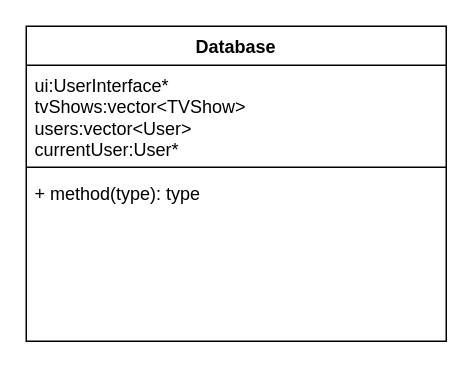
The draw.io diagram Classes.drawio in ThomasCharester/Order16, before the edit. Source tidied: cells renumbered, new cells numbered last; positions are measured from the earlier drawing's top-left corner, leaving out a move shared by most shapes. Both pictures are drawn from the tidied source at 150%, with x=0, y=0 at pixel (26, 26).
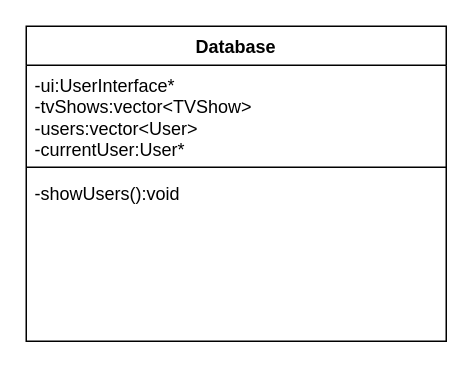
Above is the later version.

The edit, as a diff of the source:
```diff
@@
 <mxGraphModel>
   <root>
     <mxCell id="0" />
     <mxCell id="1" parent="0" />
     <mxCell id="2" value="Database" style="swimlane;fontStyle=1;align=center;verticalAlign=top;horizontal=1;startSize=26;whiteSpace=wrap;html=1;" parent="1" vertex="1">
       <mxGeometry width="280" height="210" as="geometry" />
     </mxCell>
-    <mxCell id="3" value="&lt;div&gt;&lt;span style=&quot;white-space: normal;&quot;&gt;ui:&lt;/span&gt;&lt;span style=&quot;background-color: initial;&quot;&gt;UserInterface*&lt;/span&gt;&lt;span style=&quot;background-color: initial;&quot;&gt;&amp;nbsp;&lt;/span&gt;&lt;/div&gt;&lt;div&gt;&lt;span style=&quot;white-space: normal;&quot;&gt;tvShows:&lt;/span&gt;&lt;span style=&quot;background-color: initial;&quot;&gt;vector&amp;lt;TVShow&amp;gt;&lt;/span&gt;&lt;span style=&quot;background-color: initial;&quot;&gt;&amp;nbsp;&lt;/span&gt;&lt;/div&gt;&lt;div&gt;&lt;span style=&quot;white-space: normal;&quot;&gt;users:&lt;/span&gt;&lt;span style=&quot;background-color: initial;&quot;&gt;vector&amp;lt;User&amp;gt;&lt;/span&gt;&lt;span style=&quot;background-color: initial;&quot;&gt;&amp;nbsp;&lt;/span&gt;&lt;/div&gt;&lt;div&gt;&lt;span style=&quot;background-color: initial;&quot;&gt;currentUser:&lt;/span&gt;&lt;span style=&quot;background-color: initial;&quot;&gt;User*&lt;/span&gt;&lt;span style=&quot;background-color: initial;&quot;&gt;&amp;nbsp;&lt;/span&gt;&lt;br&gt;&lt;/div&gt;" style="text;strokeColor=none;fillColor=none;align=left;verticalAlign=top;spacingLeft=4;spacingRight=4;overflow=hidden;whiteSpace=wrap;html=1;" parent="2" vertex="1">
+    <mxCell id="3" value="&lt;div&gt;&lt;span style=&quot;white-space: normal;&quot;&gt;-ui:&lt;/span&gt;&lt;span style=&quot;background-color: initial;&quot;&gt;UserInterface*&lt;/span&gt;&lt;span style=&quot;background-color: initial;&quot;&gt;&amp;nbsp;&lt;/span&gt;&lt;/div&gt;&lt;div&gt;&lt;span style=&quot;white-space: normal;&quot;&gt;-tvShows:&lt;/span&gt;&lt;span style=&quot;background-color: initial;&quot;&gt;vector&amp;lt;TVShow&amp;gt;&lt;/span&gt;&lt;span style=&quot;background-color: initial;&quot;&gt;&amp;nbsp;&lt;/span&gt;&lt;/div&gt;&lt;div&gt;&lt;span style=&quot;white-space: normal;&quot;&gt;-users:&lt;/span&gt;&lt;span style=&quot;background-color: initial;&quot;&gt;vector&amp;lt;User&amp;gt;&lt;/span&gt;&lt;span style=&quot;background-color: initial;&quot;&gt;&amp;nbsp;&lt;/span&gt;&lt;/div&gt;&lt;div&gt;&lt;span style=&quot;background-color: initial;&quot;&gt;-currentUser:&lt;/span&gt;&lt;span style=&quot;background-color: initial;&quot;&gt;User*&lt;/span&gt;&lt;span style=&quot;background-color: initial;&quot;&gt;&amp;nbsp;&lt;/span&gt;&lt;br&gt;&lt;/div&gt;" style="text;strokeColor=none;fillColor=none;align=left;verticalAlign=top;spacingLeft=4;spacingRight=4;overflow=hidden;whiteSpace=wrap;html=1;" parent="2" vertex="1">
       <mxGeometry y="26" width="280" height="64" as="geometry" />
     </mxCell>
     <mxCell id="4" style="line;strokeWidth=1;fillColor=none;align=left;verticalAlign=middle;spacingTop=-1;spacingLeft=3;spacingRight=3;labelPosition=right;strokeColor=inherit;" parent="2" vertex="1">
       <mxGeometry y="90" width="280" height="8" as="geometry" />
     </mxCell>
-    <mxCell id="5" value="+ method(type): type" style="text;strokeColor=none;fillColor=none;align=left;verticalAlign=top;spacingLeft=4;spacingRight=4;overflow=hidden;whiteSpace=wrap;html=1;" parent="2" vertex="1">
+    <mxCell id="5" value="-showUsers():void" style="text;strokeColor=none;fillColor=none;align=left;verticalAlign=top;spacingLeft=4;spacingRight=4;overflow=hidden;whiteSpace=wrap;html=1;" parent="2" vertex="1">
       <mxGeometry y="98" width="280" height="112" as="geometry" />
     </mxCell>
   </root>
 </mxGraphModel>
```
